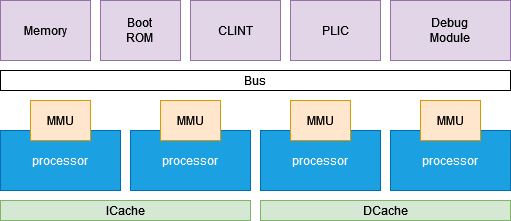
The draw.io diagram pic/spike.drawio.png in toughpig/paper, before a commit. Source tidied: cells renumbered, new cells last; positions are measured from the earlier drawing's top-left corner, leaving out a move shared by most shapes.
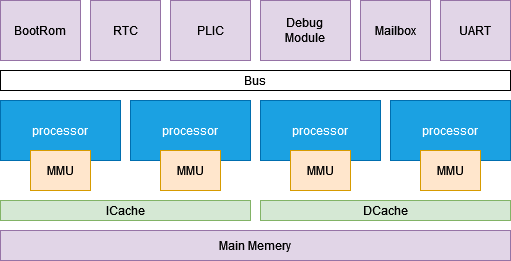
After the commit.

Change to the diagram source:
```diff
@@ -2,65 +2,71 @@
   <root>
     <mxCell id="0" />
     <mxCell id="1" parent="0" />
-    <mxCell id="2" value="Memory" style="rounded=0;whiteSpace=wrap;html=1;fillColor=#e1d5e7;strokeColor=#9673a6;" parent="1" vertex="1">
-      <mxGeometry width="90" height="60" as="geometry" />
+    <mxCell id="2" value="Main Memery" style="rounded=0;whiteSpace=wrap;html=1;fillColor=#e1d5e7;strokeColor=#9673a6;" parent="1" vertex="1">
+      <mxGeometry y="250" width="510" height="30" as="geometry" />
     </mxCell>
-    <mxCell id="3" value="&lt;div&gt;Boot&lt;/div&gt;&lt;div&gt;ROM&lt;br&gt;&lt;/div&gt;" style="rounded=0;whiteSpace=wrap;html=1;fillColor=#e1d5e7;strokeColor=#9673a6;" parent="1" vertex="1">
-      <mxGeometry x="100" width="80" height="60" as="geometry" />
+    <mxCell id="3" value="Mailbox" style="rounded=0;whiteSpace=wrap;html=1;fillColor=#e1d5e7;strokeColor=#9673a6;" parent="1" vertex="1">
+      <mxGeometry x="360" y="20" width="70" height="60" as="geometry" />
     </mxCell>
-    <mxCell id="4" value="CLINT" style="rounded=0;whiteSpace=wrap;html=1;fillColor=#e1d5e7;strokeColor=#9673a6;" parent="1" vertex="1">
-      <mxGeometry x="190" width="90" height="60" as="geometry" />
-    </mxCell>
     <mxCell id="5" value="&lt;div&gt;Debug&lt;/div&gt;&lt;div&gt;Module&lt;br&gt;&lt;/div&gt;" style="rounded=0;whiteSpace=wrap;html=1;fillColor=#e1d5e7;strokeColor=#9673a6;" parent="1" vertex="1">
-      <mxGeometry x="390" width="120" height="60" as="geometry" />
+      <mxGeometry x="260" y="20" width="90" height="60" as="geometry" />
     </mxCell>
-    <mxCell id="6" value="Bus" style="rounded=0;whiteSpace=wrap;html=1;" parent="1" vertex="1">
-      <mxGeometry y="70" width="510" height="20" as="geometry" />
-    </mxCell>
     <mxCell id="7" style="group;" parent="1" vertex="1">
       <mxGeometry y="100" width="120" height="90" as="geometry" />
     </mxCell>
     <mxCell id="8" value="processor" style="rounded=0;whiteSpace=wrap;html=1;fillColor=#1ba1e2;fontColor=#ffffff;strokeColor=#006EAF;" parent="7" vertex="1">
-      <mxGeometry y="30" width="120" height="60" as="geometry" />
+      <mxGeometry y="20" width="120" height="60" as="geometry" />
     </mxCell>
     <mxCell id="9" value="MMU" style="rounded=0;whiteSpace=wrap;html=1;fillColor=#ffe6cc;strokeColor=#d79b00;" parent="7" vertex="1">
-      <mxGeometry x="30" width="60" height="40" as="geometry" />
+      <mxGeometry x="30" y="70" width="60" height="40" as="geometry" />
     </mxCell>
     <mxCell id="10" value="ICache" style="rounded=0;whiteSpace=wrap;html=1;fillColor=#d5e8d4;strokeColor=#82b366;" parent="1" vertex="1">
-      <mxGeometry y="200" width="250" height="20" as="geometry" />
+      <mxGeometry y="220" width="250" height="20" as="geometry" />
     </mxCell>
     <mxCell id="11" value="DCache" style="rounded=0;whiteSpace=wrap;html=1;fillColor=#d5e8d4;strokeColor=#82b366;" parent="1" vertex="1">
-      <mxGeometry x="260" y="200" width="250" height="20" as="geometry" />
+      <mxGeometry x="260" y="220" width="250" height="20" as="geometry" />
     </mxCell>
     <mxCell id="12" style="group;" parent="1" vertex="1">
       <mxGeometry x="130" y="100" width="120" height="90" as="geometry" />
     </mxCell>
     <mxCell id="13" value="processor" style="rounded=0;whiteSpace=wrap;html=1;fillColor=#1ba1e2;fontColor=#ffffff;strokeColor=#006EAF;" parent="12" vertex="1">
-      <mxGeometry y="30" width="120" height="60" as="geometry" />
+      <mxGeometry y="20" width="120" height="60" as="geometry" />
     </mxCell>
     <mxCell id="14" value="MMU" style="rounded=0;whiteSpace=wrap;html=1;fillColor=#ffe6cc;strokeColor=#d79b00;" parent="12" vertex="1">
-      <mxGeometry x="30" width="60" height="40" as="geometry" />
+      <mxGeometry x="30" y="70" width="60" height="40" as="geometry" />
     </mxCell>
     <mxCell id="15" style="group;" parent="1" vertex="1">
-      <mxGeometry x="260" y="100" width="120" height="90" as="geometry" />
+      <mxGeometry x="260" y="90" width="250" height="90" as="geometry" />
     </mxCell>
     <mxCell id="16" value="processor" style="rounded=0;whiteSpace=wrap;html=1;fillColor=#1ba1e2;fontColor=#ffffff;strokeColor=#006EAF;" parent="15" vertex="1">
       <mxGeometry y="30" width="120" height="60" as="geometry" />
     </mxCell>
-    <mxCell id="17" value="MMU" style="rounded=0;whiteSpace=wrap;html=1;fillColor=#ffe6cc;strokeColor=#d79b00;" parent="15" vertex="1">
-      <mxGeometry x="30" width="60" height="40" as="geometry" />
-    </mxCell>
+    <mxCell id="6" value="Bus" style="rounded=0;whiteSpace=wrap;html=1;" parent="15" vertex="1">
+      <mxGeometry x="-260" width="510" height="20" as="geometry" />
+    </mxCell>
     <mxCell id="18" style="group;" parent="1" vertex="1">
-      <mxGeometry x="390" y="100" width="120" height="90" as="geometry" />
+      <mxGeometry x="390" y="90" width="120" height="90" as="geometry" />
     </mxCell>
     <mxCell id="19" value="processor" style="rounded=0;whiteSpace=wrap;html=1;fillColor=#1ba1e2;fontColor=#ffffff;strokeColor=#006EAF;" parent="18" vertex="1">
       <mxGeometry y="30" width="120" height="60" as="geometry" />
     </mxCell>
+    <mxCell id="21" value="PLIC" style="rounded=0;whiteSpace=wrap;html=1;fillColor=#e1d5e7;strokeColor=#9673a6;" parent="1" vertex="1">
+      <mxGeometry x="170" y="20" width="80" height="60" as="geometry" />
+    </mxCell>
+    <mxCell id="17" value="MMU" style="rounded=0;whiteSpace=wrap;html=1;fillColor=#ffe6cc;strokeColor=#d79b00;" parent="1" vertex="1">
+      <mxGeometry x="290" y="170" width="60" height="40" as="geometry" />
+    </mxCell>
-    <mxCell id="20" value="MMU" style="rounded=0;whiteSpace=wrap;html=1;fillColor=#ffe6cc;strokeColor=#d79b00;" parent="18" vertex="1">
-      <mxGeometry x="30" width="60" height="40" as="geometry" />
+    <mxCell id="20" value="MMU" style="rounded=0;whiteSpace=wrap;html=1;fillColor=#ffe6cc;strokeColor=#d79b00;" parent="1" vertex="1">
+      <mxGeometry x="420" y="170" width="60" height="40" as="geometry" />
     </mxCell>
-    <mxCell id="21" value="PLIC" style="rounded=0;whiteSpace=wrap;html=1;fillColor=#e1d5e7;strokeColor=#9673a6;" parent="1" vertex="1">
-      <mxGeometry x="290" width="90" height="60" as="geometry" />
-    </mxCell>
+    <mxCell id="22" value="RTC" style="rounded=0;whiteSpace=wrap;html=1;fillColor=#e1d5e7;strokeColor=#9673a6;" parent="1" vertex="1">
+      <mxGeometry x="90" y="20" width="70" height="60" as="geometry" />
+    </mxCell>
+    <mxCell id="23" value="UART" style="rounded=0;whiteSpace=wrap;html=1;fillColor=#e1d5e7;strokeColor=#9673a6;" parent="1" vertex="1">
+      <mxGeometry x="440" y="20" width="70" height="60" as="geometry" />
+    </mxCell>
+    <mxCell id="24" value="BootRom" style="rounded=0;whiteSpace=wrap;html=1;fillColor=#e1d5e7;strokeColor=#9673a6;" parent="1" vertex="1">
+      <mxGeometry y="20" width="80" height="60" as="geometry" />
+    </mxCell>
   </root>
 </mxGraphModel>
```
